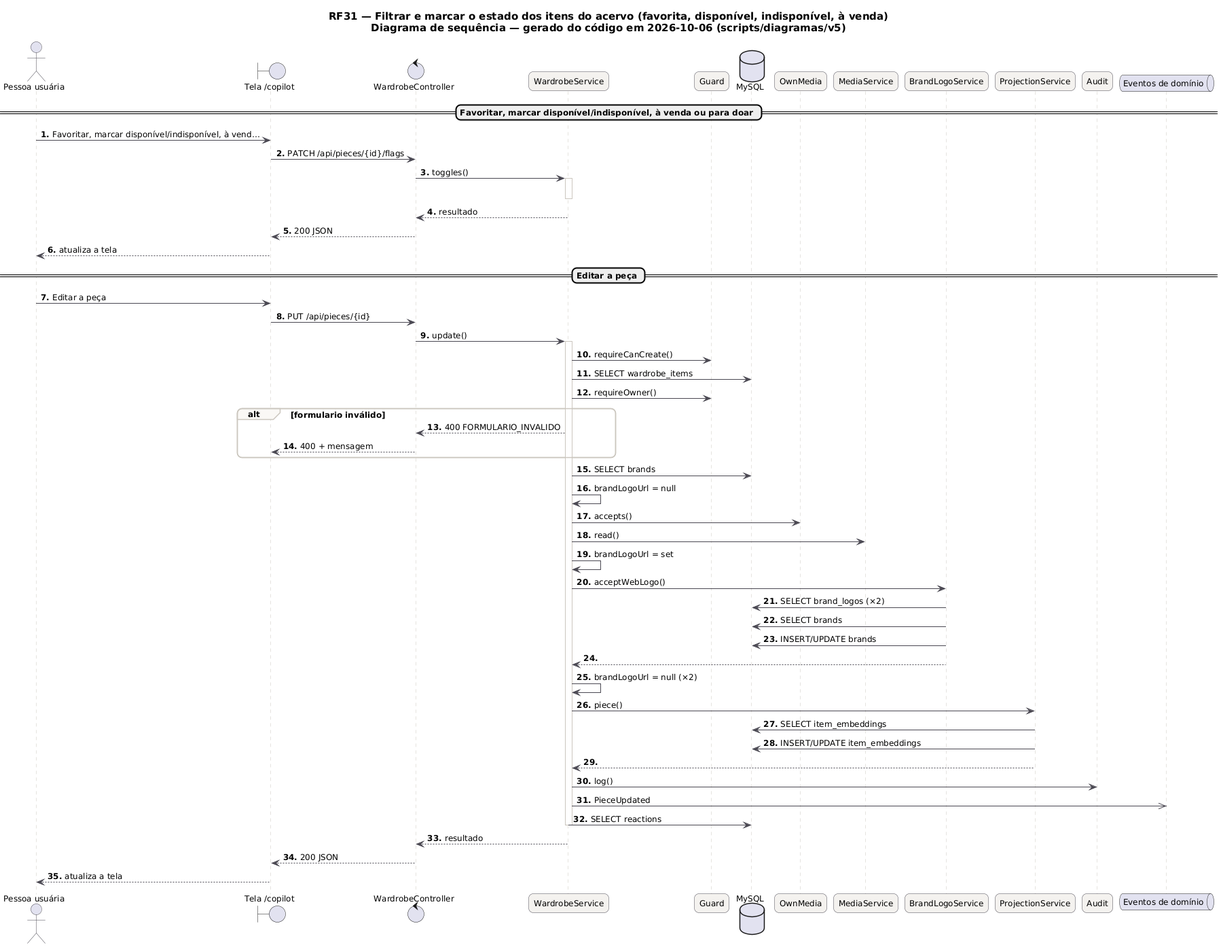
Earlier version of the PlantUML export docs/diagramas/RF31/RF31_Sequencia.png (MatheusHaliski/tcc-2026-fashion-ai-backend).
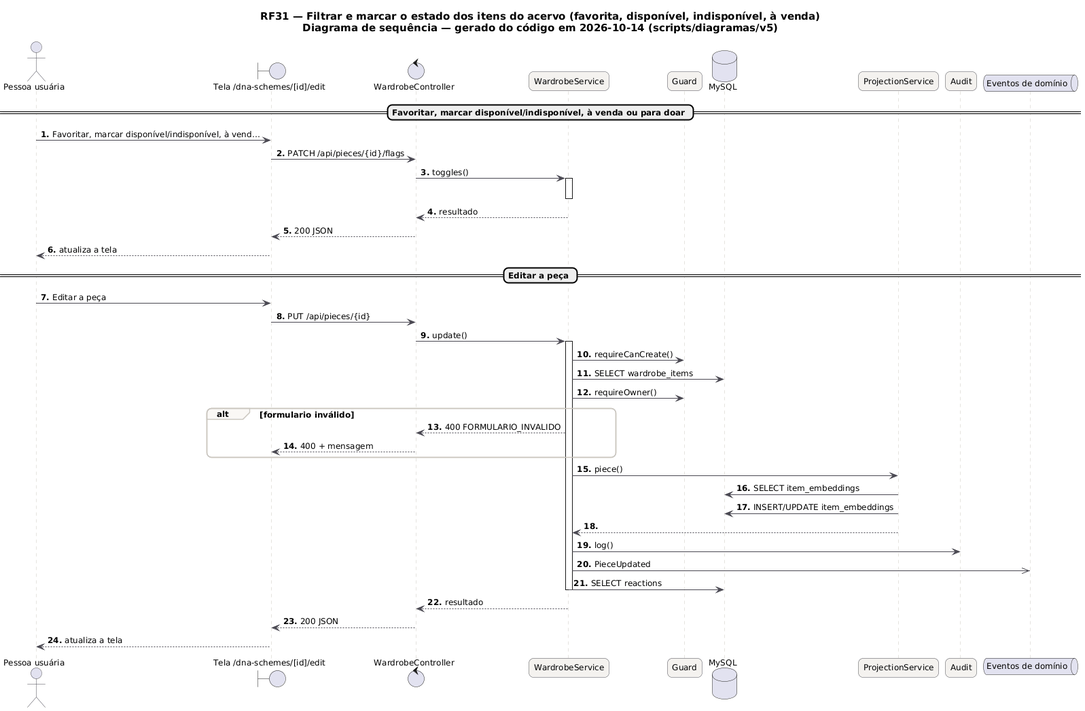
The same file after the commit.

The edit, as a diff of the source:
```diff
@@ -21,17 +21,14 @@
   GroupBackgroundColor #FAF8F5
 }
 autonumber "<b>0."
-title RF31 — Filtrar e marcar o estado dos itens do acervo (favorita, disponível, indisponível, à venda)\nDiagrama de sequência — gerado do código em 2026-10-06 (scripts/diagramas/v5)
+title RF31 — Filtrar e marcar o estado dos itens do acervo (favorita, disponível, indisponível, à venda)\nDiagrama de sequência — gerado do código em 2026-10-14 (scripts/diagramas/v5)
 
 actor "Pessoa usuária" as U
-boundary "Tela /copilot" as P
+boundary "Tela /dna-schemes/[id]/edit" as P
 control "WardrobeController" as WardrobeController
 participant "WardrobeService" as WardrobeService
 participant "Guard" as Guard
 database "MySQL" as DB_MySQL
-participant "OwnMedia" as OwnMedia
-participant "MediaService" as MediaService
-participant "BrandLogoService" as BrandLogoService
 participant "ProjectionService" as ProjectionService
 participant "Audit" as Audit
 queue "Eventos de domínio" as EV
@@ -56,17 +53,6 @@
 WardrobeService --> WardrobeController : 400 FORMULARIO_INVALIDO
 WardrobeController --> P : 400 + mensagem
 end
-WardrobeService -> DB_MySQL : SELECT brands
-WardrobeService -> WardrobeService : brandLogoUrl = null
-WardrobeService -> OwnMedia : accepts()
-WardrobeService -> MediaService : read()
-WardrobeService -> WardrobeService : brandLogoUrl = set
-WardrobeService -> BrandLogoService : acceptWebLogo()
-BrandLogoService -> DB_MySQL : SELECT brand_logos (×2)
-BrandLogoService -> DB_MySQL : SELECT brands
-BrandLogoService -> DB_MySQL : INSERT/UPDATE brands
-BrandLogoService --> WardrobeService
-WardrobeService -> WardrobeService : brandLogoUrl = null (×2)
 WardrobeService -> ProjectionService : piece()
 ProjectionService -> DB_MySQL : SELECT item_embeddings
 ProjectionService -> DB_MySQL : INSERT/UPDATE item_embeddings
```
